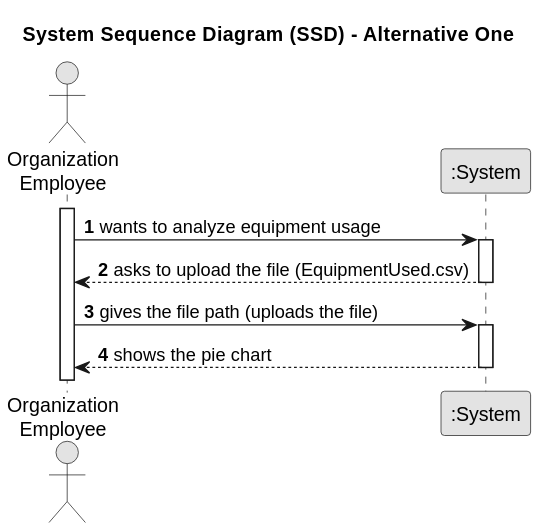
ricardomm7/leaflink keeps this PlantUML diagram as docs/sprintB/us010/01.requirements-engineering/svg/us010-system-sequence-diagram-alternative-one.svg. Above is the earlier version.
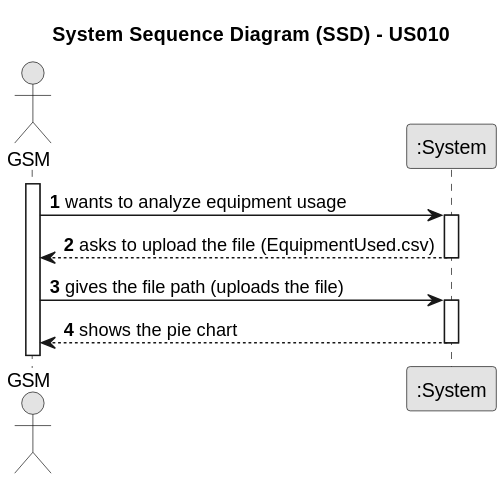
Later version of the same file.

What changed in the source:
```diff
@@ -3,11 +3,11 @@
 skinparam packageStyle rectangle
 skinparam shadowing false
 
-title System Sequence Diagram (SSD) - Alternative One
+title System Sequence Diagram (SSD) - US010
 
 autonumber
 
-actor "Organization\nEmployee" as Employee
+actor "GSM" as Employee
 participant ":System" as System
 
 activate Employee
```
